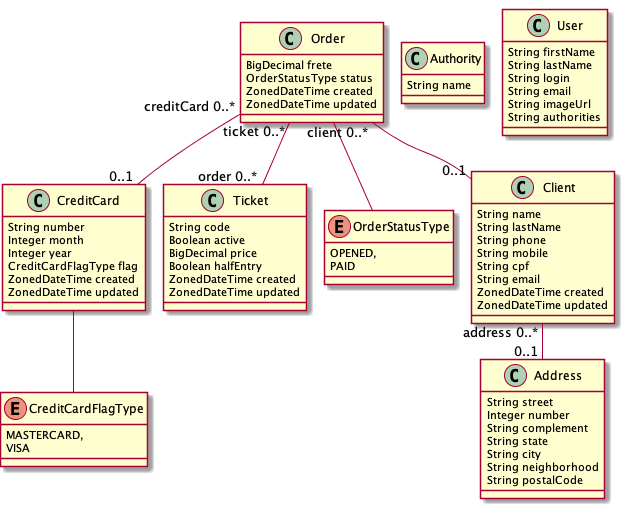
Before: jm-87-online-ticket-sale/der.png, a diagram exported from PlantUML (General-Studies/domain-driven-design). The source it was exported from:
```plantuml
@startuml
	!pragma graphviz_dot jdot
	!pragma syntax class
	class CreditCard  {
		String number
		Integer month
		Integer year
		CreditCardFlagType flag
		ZonedDateTime created
		ZonedDateTime updated
	}
	CreditCard ..> CreditCardFlagType
	enum CreditCardFlagType {
		MASTERCARD,
		VISA
	}
	class Ticket  {
		String code
		Boolean active
		BigDecimal price
		Boolean halfEntry
		ZonedDateTime created
		ZonedDateTime updated
	}
	class Order  {
		BigDecimal frete
		OrderStatusType status
		ZonedDateTime created
		ZonedDateTime updated
	}
	Order ..> OrderStatusType
	enum OrderStatusType {
		OPENED,
		PAID
	}
	class Client  {
		String name
		String lastName
		String phone
		String mobile
		String cpf
		String email
		ZonedDateTime created
		ZonedDateTime updated
	}
	class Address  {
		String street
		Integer number
		String complement
		String state
		String city
		String neighborhood
		String postalCode
	}
	Order  "creditCard 0..* " o-- "0..1 "  CreditCard
	Order  "client 0..* " o-- "0..1 "  Client
	Client  "address 0..* " o-- "0..1 "  Address
	Order  "ticket 0..* " o--o "order 0..* "  Ticket
	class Authority  {
		String name
	}
	class User  {
		String firstName
		String lastName
		String login
		String email
		String imageUrl
		String authorities
	}
@enduml
```
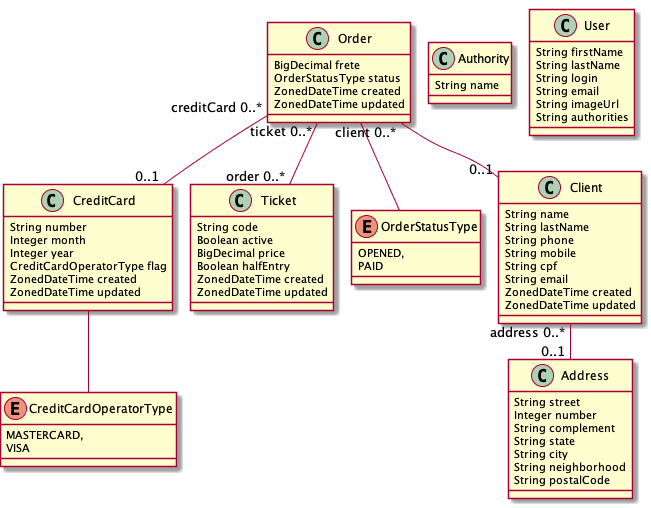
The same file after the commit.

What changed in the source:
```diff
@@ -5,12 +5,12 @@
 		String number
 		Integer month
 		Integer year
-		CreditCardFlagType flag
+		CreditCardOperatorType flag
 		ZonedDateTime created
 		ZonedDateTime updated
 	}
-	CreditCard ..> CreditCardFlagType
-	enum CreditCardFlagType {
+	CreditCard ..> CreditCardOperatorType
+	enum CreditCardOperatorType {
 		MASTERCARD,
 		VISA
 	}
```
